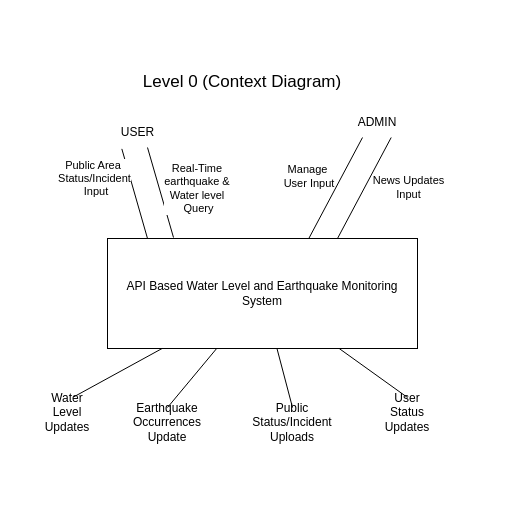
Earlier version of the draw.io diagram Projects/DFDLEVEL0.drawio (N0Obitaz/DrawIODiagrams). Source tidied: cells renumbered, new cells numbered last; positions are measured from the earlier drawing's top-left corner, leaving out a move shared by most shapes. Both pictures are drawn from the tidied source at 100%, with x=0, y=0 at pixel (37, 67).
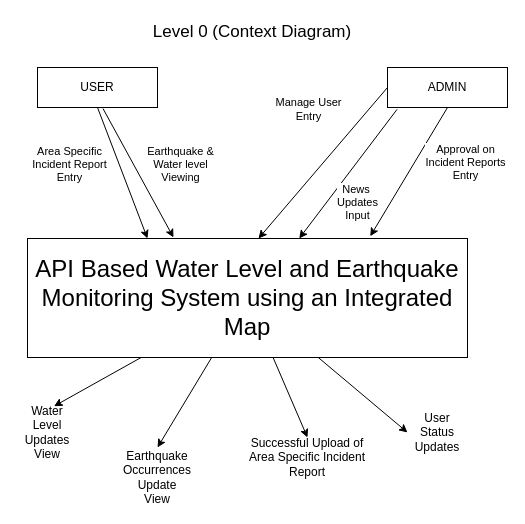
Above is the later version.

What changed in the source:
```diff
@@
     <mxCell id="2" value="&lt;font style=&quot;font-size: 17px;&quot;&gt;Level 0 (Context Diagram)&lt;/font&gt;" style="text;html=1;whiteSpace=wrap;strokeColor=none;fillColor=none;align=center;verticalAlign=middle;rounded=0;" parent="1" vertex="1">
-      <mxGeometry x="90" width="230" height="30" as="geometry" />
+      <mxGeometry x="100" y="-50" width="230" height="30" as="geometry" />
     </mxCell>
-    <mxCell id="3" style="rounded=0;jettySize=auto;html=1;entryX=0.5;entryY=0;entryDx=0;entryDy=0;endArrow=none;endFill=0;" parent="1" edge="1" source="6" target="18">
+    <mxCell id="3" style="rounded=0;jettySize=auto;html=1;entryX=0.5;entryY=0;entryDx=0;entryDy=0;endArrow=classic;endFill=1;" parent="1" edge="1" source="6" target="18">
       <mxGeometry relative="1" as="geometry" />
     </mxCell>
-    <mxCell id="4" style="rounded=0;jettySize=auto;html=1;entryX=0.5;entryY=0;entryDx=0;entryDy=0;endArrow=none;endFill=0;" parent="1" edge="1" source="6" target="19">
+    <mxCell id="4" style="rounded=0;jettySize=auto;html=1;entryX=0.5;entryY=0;entryDx=0;entryDy=0;endArrow=classic;endFill=1;" parent="1" edge="1" source="6" target="19">
       <mxGeometry relative="1" as="geometry" />
     </mxCell>
-    <mxCell id="5" style="rounded=0;jettySize=auto;html=1;entryX=0.5;entryY=0;entryDx=0;entryDy=0;endArrow=none;endFill=0;" parent="1" edge="1" source="6" target="20">
+    <mxCell id="5" style="rounded=0;jettySize=auto;html=1;entryX=0;entryY=0.5;entryDx=0;entryDy=0;endArrow=classic;endFill=1;" parent="1" edge="1" source="6" target="20">
       <mxGeometry relative="1" as="geometry" />
     </mxCell>
-    <mxCell id="6" value="API Based Water Level and Earthquake Monitoring System" style="rounded=0;whiteSpace=wrap;html=1;" parent="1" vertex="1">
-      <mxGeometry x="70" y="171" width="310" height="110" as="geometry" />
+    <mxCell id="6" value="&lt;font style=&quot;font-size: 24px;&quot;&gt;API Based Water Level and Earthquake Monitoring System using an Integrated Map&lt;/font&gt;" style="rounded=0;whiteSpace=wrap;html=1;" parent="1" vertex="1">
+      <mxGeometry x="-10" y="171" width="440" height="119" as="geometry" />
     </mxCell>
-    <mxCell id="7" style="rounded=0;jettySize=auto;html=1;entryX=0.25;entryY=0;entryDx=0;entryDy=0;endArrow=none;endFill=0;exitX=0.239;exitY=1.046;exitDx=0;exitDy=0;exitPerimeter=0;" parent="1" edge="1" source="9">
+    <mxCell id="7" style="rounded=0;jettySize=auto;html=1;entryX=0.25;entryY=0;entryDx=0;entryDy=0;endArrow=classic;endFill=1;exitX=0.5;exitY=1;exitDx=0;exitDy=0;" parent="1" edge="1" source="9">
       <mxGeometry relative="1" as="geometry">
         <mxPoint x="110" y="171" as="targetPoint" />
       </mxGeometry>
     </mxCell>
-    <mxCell id="8" value="Public Area&amp;nbsp;&lt;div&gt;Status/Incident&lt;/div&gt;&lt;div&gt;&amp;nbsp;Input&lt;/div&gt;" style="edgeLabel;html=1;align=center;verticalAlign=middle;" parent="7" vertex="1">
+    <mxCell id="8" value="Area Specific&lt;div&gt;Incident Report&lt;/div&gt;&lt;div&gt;Entry&lt;/div&gt;" style="edgeLabel;html=1;align=center;verticalAlign=middle;" parent="7" vertex="1">
       <mxGeometry x="-0.22" relative="1" as="geometry">
-        <mxPoint x="-38" y="-5" as="offset" />
+        <mxPoint x="-48" y="5" as="offset" />
       </mxGeometry>
     </mxCell>
-    <mxCell id="9" value="USER" style="text;html=1;align=center;verticalAlign=middle;points=[];" parent="1" vertex="1">
-      <mxGeometry x="70" y="50" width="60" height="30" as="geometry" />
-    </mxCell>
-    <mxCell id="10" value="ADMIN" style="text;html=1;whiteSpace=wrap;strokeColor=none;fillColor=none;align=center;verticalAlign=middle;rounded=0;" parent="1" vertex="1">
-      <mxGeometry x="310" y="40" width="60" height="30" as="geometry" />
-    </mxCell>
-    <mxCell id="11" style="rounded=0;jettySize=auto;html=1;entryX=0.714;entryY=0;entryDx=0;entryDy=0;entryPerimeter=0;endArrow=none;endFill=0;exitX=0.25;exitY=1;exitDx=0;exitDy=0;" parent="1" edge="1" source="10">
+    <mxCell id="11" style="rounded=0;jettySize=auto;html=1;entryX=0.714;entryY=0;entryDx=0;entryDy=0;entryPerimeter=0;endArrow=classic;endFill=1;exitX=0;exitY=0.5;exitDx=0;exitDy=0;" parent="1" edge="1" source="10">
       <mxGeometry relative="1" as="geometry">
-        <mxPoint x="271.3" y="171" as="targetPoint" />
+        <mxPoint x="221" y="171" as="targetPoint" />
       </mxGeometry>
     </mxCell>
-    <mxCell id="12" value="Manage&lt;div&gt;&amp;nbsp;User Input&lt;/div&gt;" style="edgeLabel;html=1;align=center;verticalAlign=middle;" parent="11" vertex="1">
+    <mxCell id="12" value="Manage User&lt;br&gt;Entry" style="edgeLabel;html=1;align=center;verticalAlign=middle;" parent="11" vertex="1">
       <mxGeometry x="-0.26" y="3" relative="1" as="geometry">
-        <mxPoint x="-38" as="offset" />
+        <mxPoint x="-34" y="-36" as="offset" />
       </mxGeometry>
     </mxCell>
-    <mxCell id="13" style="rounded=0;orthogonalLoop=1;jettySize=auto;html=1;entryX=0.714;entryY=0;entryDx=0;entryDy=0;entryPerimeter=0;endArrow=none;endFill=0;exitX=0.25;exitY=1;exitDx=0;exitDy=0;" parent="1" edge="1">
+    <mxCell id="13" style="rounded=0;jettySize=auto;html=1;entryX=0.714;entryY=0;entryDx=0;entryDy=0;entryPerimeter=0;endArrow=classic;endFill=1;exitX=0.08;exitY=1.046;exitDx=0;exitDy=0;exitPerimeter=0;" parent="1" edge="1" source="10">
       <mxGeometry relative="1" as="geometry">
-        <mxPoint x="353.7" y="70" as="sourcePoint" />
-        <mxPoint x="300" y="171" as="targetPoint" />
+        <mxPoint x="261.7" y="171" as="targetPoint" />
       </mxGeometry>
     </mxCell>
-    <mxCell id="14" value="News Updates&lt;div&gt;Input&lt;/div&gt;" style="edgeLabel;html=1;align=center;verticalAlign=middle;" parent="13" vertex="1">
+    <mxCell id="14" value="News&amp;nbsp;&lt;div&gt;Updates&lt;div&gt;Input&lt;/div&gt;&lt;/div&gt;" style="edgeLabel;html=1;align=center;verticalAlign=middle;" parent="13" vertex="1">
       <mxGeometry x="-0.26" y="3" relative="1" as="geometry">
-        <mxPoint x="34" y="11" as="offset" />
+        <mxPoint x="-6" y="43" as="offset" />
       </mxGeometry>
     </mxCell>
-    <mxCell id="15" style="rounded=0;orthogonalLoop=1;jettySize=auto;html=1;entryX=0.25;entryY=0;entryDx=0;entryDy=0;endArrow=none;endFill=0;exitX=0.239;exitY=1.046;exitDx=0;exitDy=0;exitPerimeter=0;" parent="1" edge="1">
+    <mxCell id="15" style="rounded=0;jettySize=auto;html=1;entryX=0.25;entryY=0;entryDx=0;entryDy=0;endArrow=classic;endFill=1;exitX=0.546;exitY=1.027;exitDx=0;exitDy=0;exitPerimeter=0;" parent="1" edge="1" source="9">
       <mxGeometry relative="1" as="geometry">
-        <mxPoint x="110" y="80" as="sourcePoint" />
         <mxPoint x="136" y="170" as="targetPoint" />
       </mxGeometry>
     </mxCell>
-    <mxCell id="16" value="Real-Time&amp;nbsp;&lt;div&gt;earthquake &amp;amp;&amp;nbsp;&lt;/div&gt;&lt;div&gt;Water level&amp;nbsp;&lt;/div&gt;&lt;div&gt;Query&lt;/div&gt;" style="edgeLabel;html=1;align=center;verticalAlign=middle;" parent="15" vertex="1">
+    <mxCell id="16" value="Earthquake &amp;amp;&lt;div&gt;Water level&lt;/div&gt;&lt;div&gt;Viewing&lt;/div&gt;" style="edgeLabel;html=1;align=center;verticalAlign=middle;" parent="15" vertex="1">
       <mxGeometry x="-0.22" relative="1" as="geometry">
-        <mxPoint x="40" y="5" as="offset" />
+        <mxPoint x="50" y="5" as="offset" />
       </mxGeometry>
     </mxCell>
-    <mxCell id="17" value="Water Level Updates" style="text;html=1;whiteSpace=wrap;strokeColor=none;fillColor=none;align=center;verticalAlign=middle;rounded=0;" parent="1" vertex="1">
-      <mxGeometry y="330" width="60" height="30" as="geometry" />
+    <mxCell id="17" value="Water Level Updates&lt;div&gt;View&lt;/div&gt;" style="text;html=1;whiteSpace=wrap;strokeColor=none;fillColor=none;align=center;verticalAlign=middle;rounded=0;" parent="1" vertex="1">
+      <mxGeometry x="-20" y="340" width="60" height="50" as="geometry" />
     </mxCell>
-    <mxCell id="18" value="Earthquake Occurrences Update" style="text;html=1;whiteSpace=wrap;strokeColor=none;fillColor=none;align=center;verticalAlign=middle;rounded=0;" parent="1" vertex="1">
-      <mxGeometry x="100" y="340" width="60" height="30" as="geometry" />
+    <mxCell id="18" value="Earthquake Occurrences Update&lt;div&gt;View&lt;/div&gt;" style="text;html=1;whiteSpace=wrap;strokeColor=none;fillColor=none;align=center;verticalAlign=middle;rounded=0;" parent="1" vertex="1">
+      <mxGeometry x="90" y="380" width="60" height="60" as="geometry" />
     </mxCell>
-    <mxCell id="19" value="Public Status/Incident Uploads" style="text;html=1;whiteSpace=wrap;strokeColor=none;fillColor=none;align=center;verticalAlign=middle;rounded=0;" parent="1" vertex="1">
-      <mxGeometry x="225" y="340" width="60" height="30" as="geometry" />
+    <mxCell id="19" value="Successful Upload of Area Specific Incident Report" style="text;html=1;whiteSpace=wrap;strokeColor=none;fillColor=none;align=center;verticalAlign=middle;rounded=0;" parent="1" vertex="1">
+      <mxGeometry x="200" y="370" width="140" height="40" as="geometry" />
     </mxCell>
     <mxCell id="20" value="User Status Updates" style="text;html=1;whiteSpace=wrap;strokeColor=none;fillColor=none;align=center;verticalAlign=middle;rounded=0;" parent="1" vertex="1">
-      <mxGeometry x="340" y="330" width="60" height="30" as="geometry" />
+      <mxGeometry x="370" y="350" width="60" height="30" as="geometry" />
     </mxCell>
-    <mxCell id="21" style="rounded=0;jettySize=auto;html=1;entryX=0.609;entryY=-0.026;entryDx=0;entryDy=0;entryPerimeter=0;endArrow=none;endFill=0;" parent="1" edge="1" source="6" target="17">
+    <mxCell id="21" style="rounded=0;jettySize=auto;html=1;entryX=0.609;entryY=-0.026;entryDx=0;entryDy=0;entryPerimeter=0;endArrow=classic;endFill=1;" parent="1" edge="1" source="6" target="17">
       <mxGeometry relative="1" as="geometry" />
     </mxCell>
+    <mxCell id="10" value="ADMIN" style="rounded=0;whiteSpace=wrap;html=1;" parent="1" vertex="1">
+      <mxGeometry x="350" width="120" height="40" as="geometry" />
+    </mxCell>
+    <mxCell id="9" value="USER" style="rounded=0;whiteSpace=wrap;html=1;" parent="1" vertex="1">
+      <mxGeometry width="120" height="40" as="geometry" />
+    </mxCell>
+    <mxCell id="22" style="rounded=0;jettySize=auto;html=1;entryX=0.779;entryY=-0.019;entryDx=0;entryDy=0;entryPerimeter=0;endArrow=classic;endFill=1;exitX=0.5;exitY=1;exitDx=0;exitDy=0;" parent="1" edge="1" source="10" target="6">
+      <mxGeometry relative="1" as="geometry" />
+    </mxCell>
+    <mxCell id="23" value="Approval on&lt;div&gt;Incident Reports&lt;/div&gt;&lt;div&gt;Entry&lt;/div&gt;" style="edgeLabel;html=1;align=center;verticalAlign=middle;" parent="22" vertex="1">
+      <mxGeometry x="-0.26" y="3" relative="1" as="geometry">
+        <mxPoint x="44" y="5" as="offset" />
+      </mxGeometry>
+    </mxCell>
```
